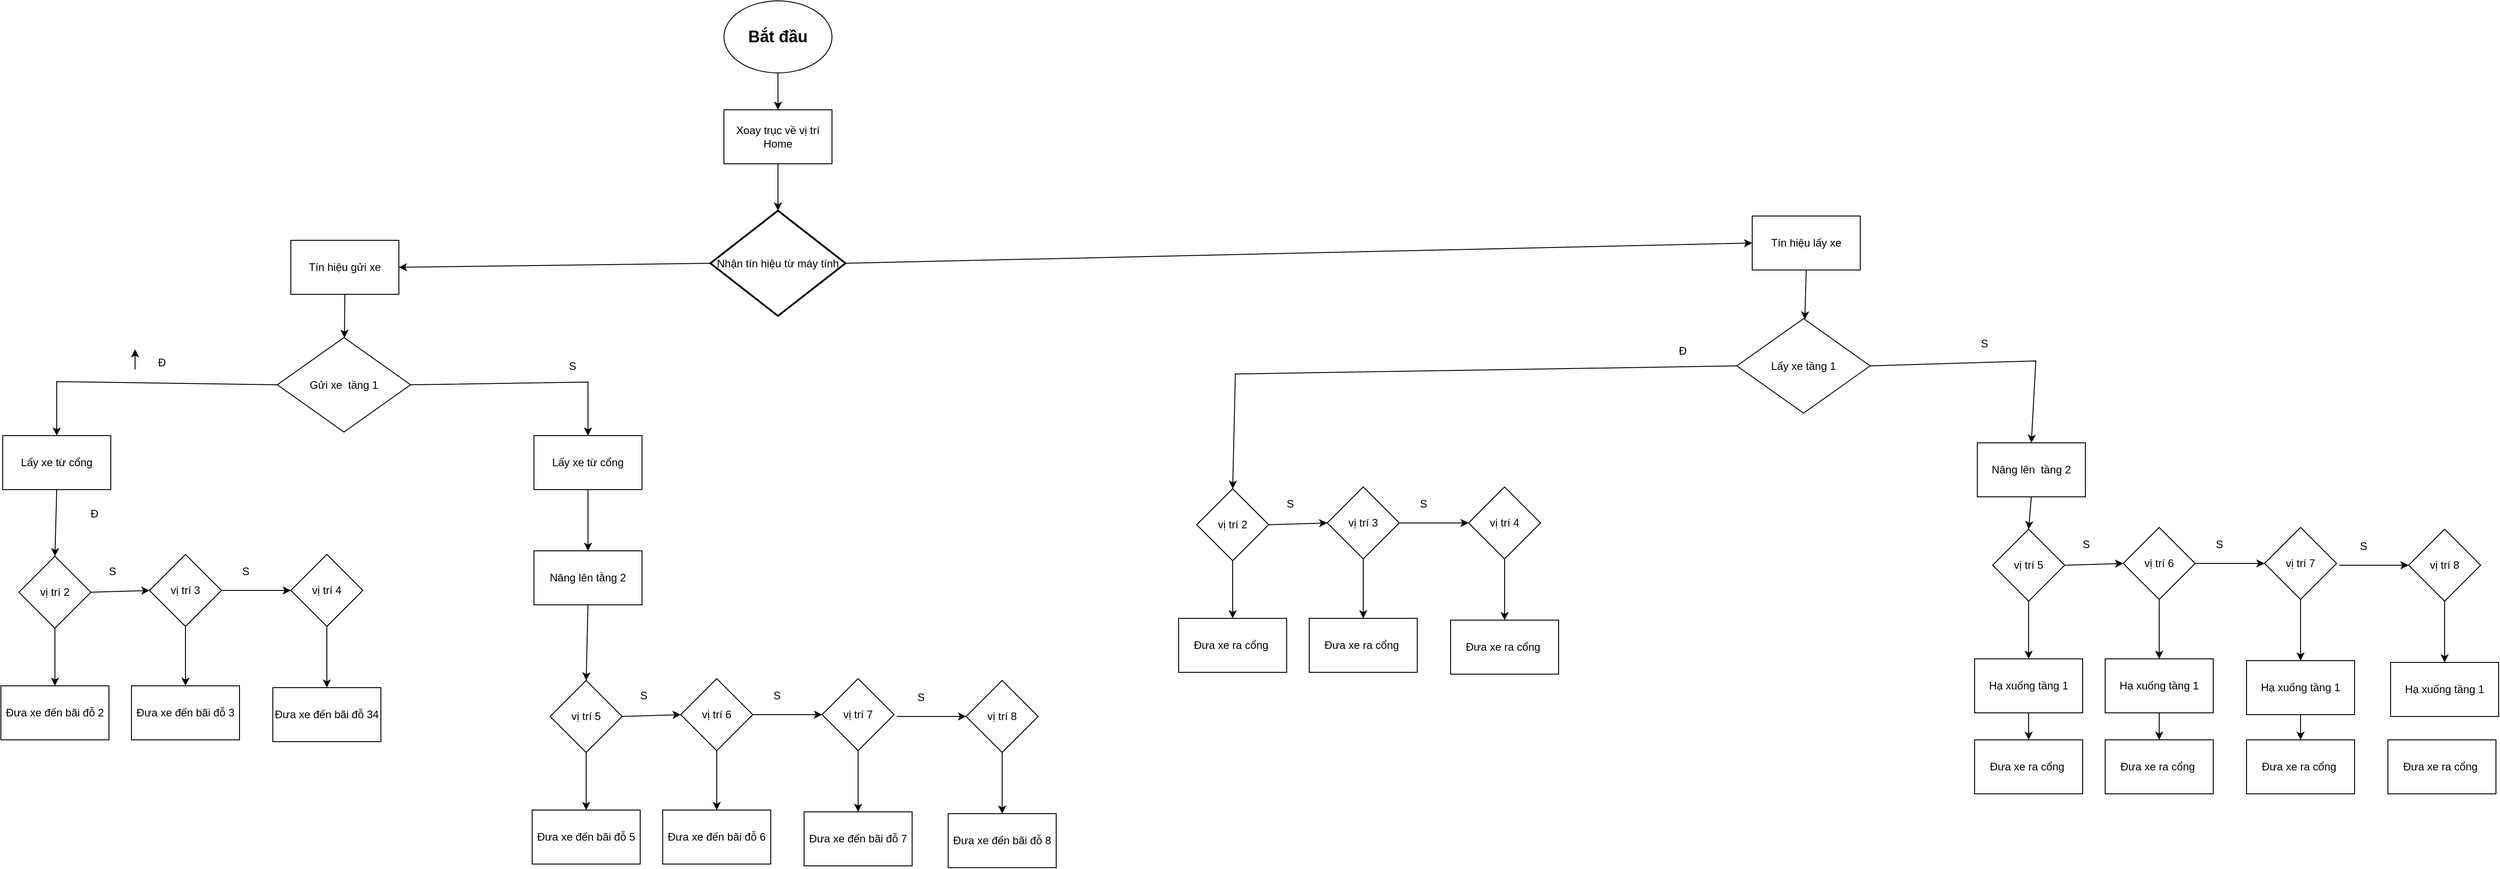
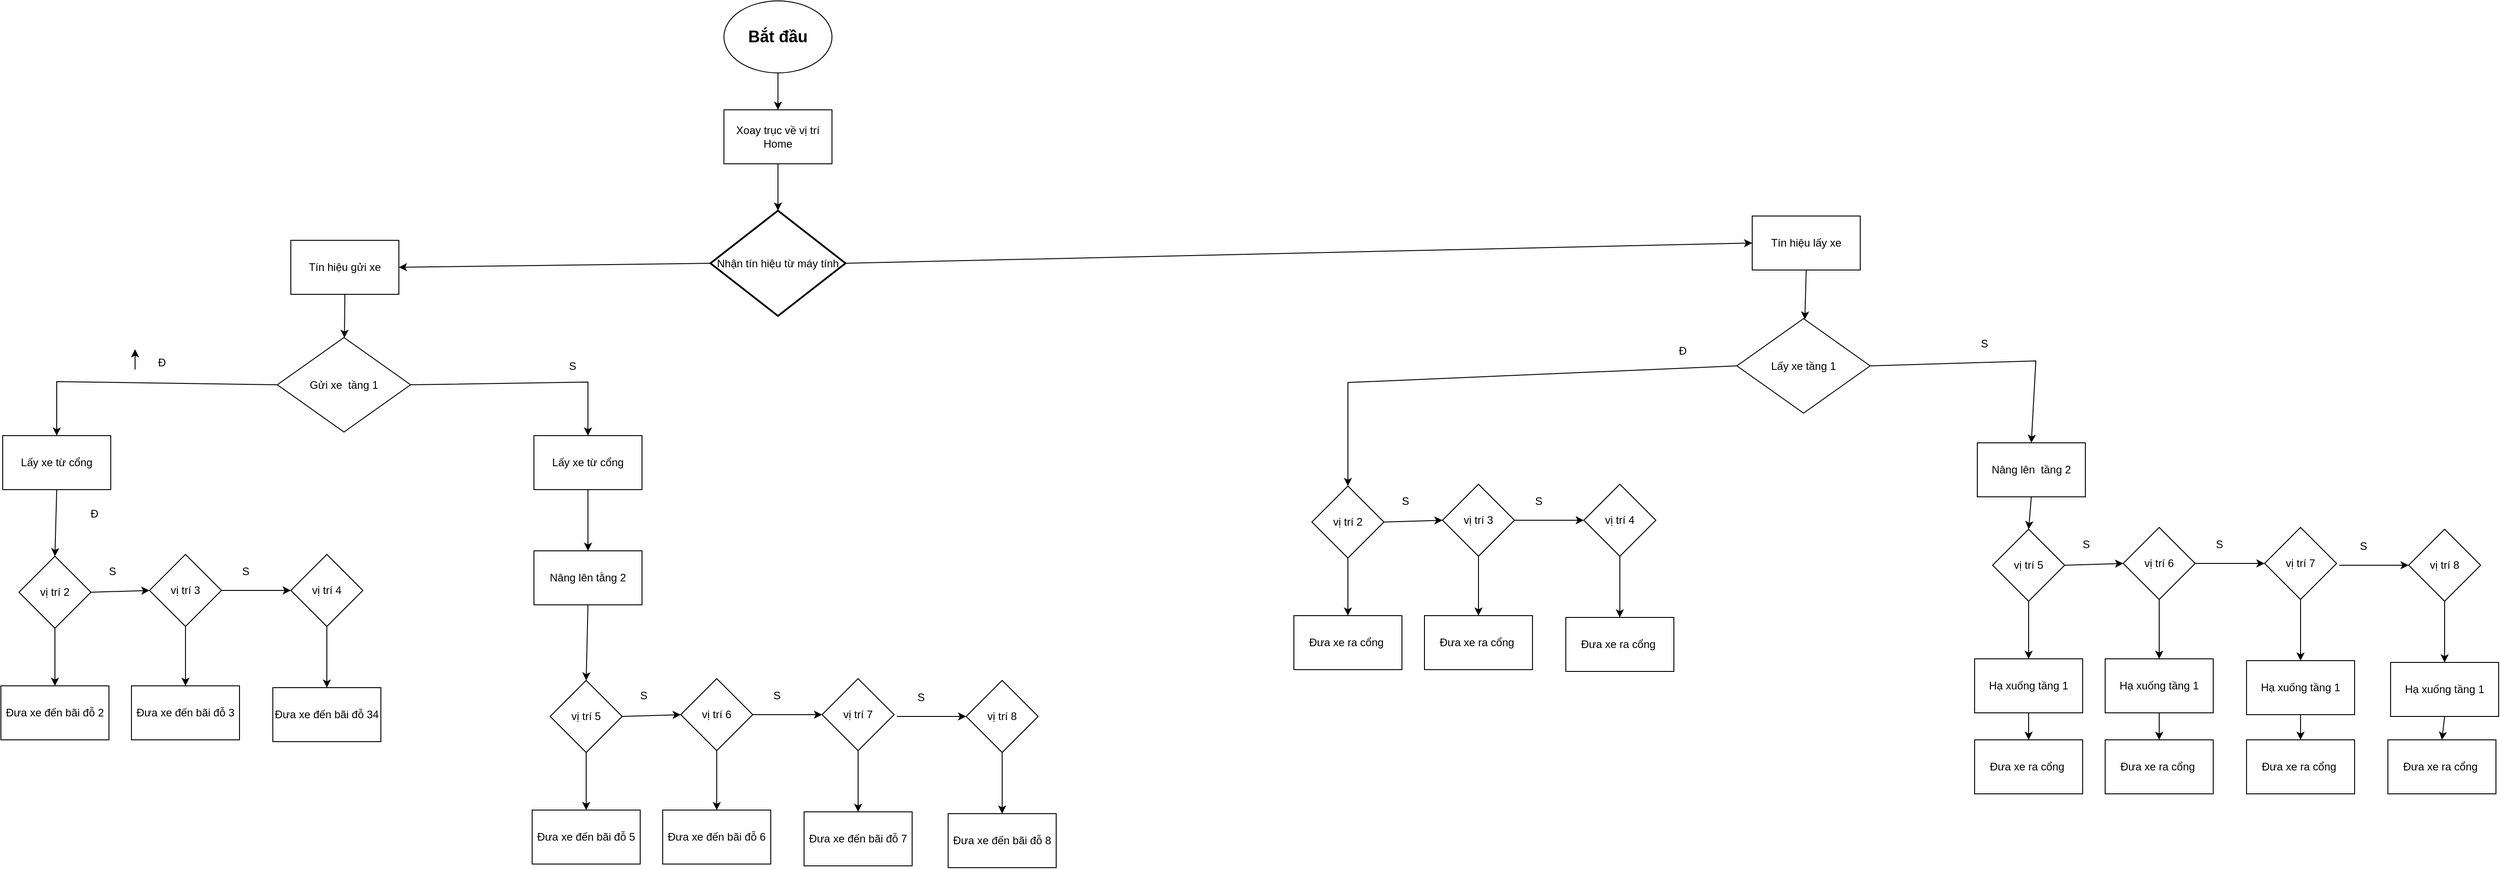
<mxfile host="app.diagrams.net">
  <diagram name="Page-1" id="GJrhtHB-xQ475z6E992f">
-     <mxGraphModel dx="2271" dy="4553" grid="0" gridSize="10" guides="1" tooltips="1" connect="1" arrows="0" fold="1" page="1" pageScale="1" pageWidth="4681" pageHeight="3300" math="0" shadow="0">
+     <mxGraphModel dx="2555" dy="4710" grid="0" gridSize="10" guides="1" tooltips="1" connect="1" arrows="0" fold="1" page="1" pageScale="1" pageWidth="4681" pageHeight="3300" math="0" shadow="0">
      <root>
        <mxCell id="0" />
        <mxCell id="1" parent="0" />
        <mxCell id="gv57a_h_J0GcEr8g6lP8-1" parent="1" style="ellipse;whiteSpace=wrap;html=1;" value="&lt;b&gt;&lt;font style=&quot;font-size: 18px;&quot;&gt;Bắt đầu&lt;/font&gt;&lt;/b&gt;" vertex="1">
          <mxGeometry height="80" width="120" x="1292" y="-2869" as="geometry" />
        </mxCell>
        <mxCell id="gv57a_h_J0GcEr8g6lP8-4" parent="1" style="rounded=0;whiteSpace=wrap;html=1;" value="Xoay trục về vị trí Home" vertex="1">
          <mxGeometry height="60" width="120" x="1292" y="-2748" as="geometry" />
        </mxCell>
        <mxCell id="gv57a_h_J0GcEr8g6lP8-5" edge="1" parent="1" source="gv57a_h_J0GcEr8g6lP8-1" style="endArrow=classic;html=1;rounded=0;exitX=0.5;exitY=1;exitDx=0;exitDy=0;entryX=0.5;entryY=0;entryDx=0;entryDy=0;" target="gv57a_h_J0GcEr8g6lP8-4" value="">
          <mxGeometry height="50" relative="1" width="50" as="geometry">
            <mxPoint x="1364" y="-2559" as="sourcePoint" />
            <mxPoint x="1414" y="-2609" as="targetPoint" />
          </mxGeometry>
        </mxCell>
        <mxCell id="gv57a_h_J0GcEr8g6lP8-7" edge="1" parent="1" source="gv57a_h_J0GcEr8g6lP8-4" style="endArrow=classic;html=1;rounded=0;exitX=0.5;exitY=1;exitDx=0;exitDy=0;entryX=0.5;entryY=0;entryDx=0;entryDy=0;entryPerimeter=0;" target="gv57a_h_J0GcEr8g6lP8-8" value="">
          <mxGeometry height="50" relative="1" width="50" as="geometry">
            <mxPoint x="1364" y="-2559" as="sourcePoint" />
            <mxPoint x="1352" y="-2634" as="targetPoint" />
          </mxGeometry>
        </mxCell>
        <mxCell id="gv57a_h_J0GcEr8g6lP8-8" parent="1" style="strokeWidth=2;html=1;shape=mxgraph.flowchart.decision;whiteSpace=wrap;" value="Nhận tín hiệu từ máy tính" vertex="1">
          <mxGeometry height="117" width="150" x="1277" y="-2636" as="geometry" />
        </mxCell>
        <mxCell id="gv57a_h_J0GcEr8g6lP8-9" parent="1" style="rounded=0;whiteSpace=wrap;html=1;" value="Tín hiệu lấy xe" vertex="1">
          <mxGeometry height="60" width="120" x="2434" y="-2630" as="geometry" />
        </mxCell>
        <mxCell id="gv57a_h_J0GcEr8g6lP8-10" parent="1" style="rounded=0;whiteSpace=wrap;html=1;" value="Tín hiệu gửi xe" vertex="1">
          <mxGeometry height="60" width="120" x="811" y="-2603" as="geometry" />
        </mxCell>
        <mxCell id="gv57a_h_J0GcEr8g6lP8-11" edge="1" parent="1" source="gv57a_h_J0GcEr8g6lP8-8" style="endArrow=classic;html=1;rounded=0;exitX=1;exitY=0.5;exitDx=0;exitDy=0;exitPerimeter=0;entryX=0;entryY=0.5;entryDx=0;entryDy=0;" target="gv57a_h_J0GcEr8g6lP8-9" value="">
          <mxGeometry height="50" relative="1" width="50" as="geometry">
            <mxPoint x="1811" y="-2581" as="sourcePoint" />
            <mxPoint x="1820" y="-2612.5" as="targetPoint" />
          </mxGeometry>
        </mxCell>
        <mxCell id="gv57a_h_J0GcEr8g6lP8-12" edge="1" parent="1" source="gv57a_h_J0GcEr8g6lP8-8" style="endArrow=classic;html=1;rounded=0;entryX=1;entryY=0.5;entryDx=0;entryDy=0;exitX=0;exitY=0.5;exitDx=0;exitDy=0;exitPerimeter=0;" target="gv57a_h_J0GcEr8g6lP8-10" value="">
          <mxGeometry height="50" relative="1" width="50" as="geometry">
            <mxPoint x="1158" y="-2571.5" as="sourcePoint" />
            <mxPoint x="1319" y="-2603.5" as="targetPoint" />
          </mxGeometry>
        </mxCell>
        <mxCell id="gv57a_h_J0GcEr8g6lP8-13" parent="1" style="rhombus;whiteSpace=wrap;html=1;" value="Gửi xe&amp;nbsp; tầng 1" vertex="1">
          <mxGeometry height="105" width="148" x="796" y="-2495" as="geometry" />
        </mxCell>
        <mxCell id="gv57a_h_J0GcEr8g6lP8-14" edge="1" parent="1" source="gv57a_h_J0GcEr8g6lP8-10" style="endArrow=classic;html=1;rounded=0;exitX=0.5;exitY=1;exitDx=0;exitDy=0;" target="gv57a_h_J0GcEr8g6lP8-13" value="">
          <mxGeometry height="50" relative="1" width="50" as="geometry">
            <mxPoint x="1302" y="-2453.5" as="sourcePoint" />
            <mxPoint x="1352" y="-2503.5" as="targetPoint" />
          </mxGeometry>
        </mxCell>
        <mxCell id="gv57a_h_J0GcEr8g6lP8-15" parent="1" style="rounded=0;whiteSpace=wrap;html=1;" value="Lấy xe từ cổng" vertex="1">
          <mxGeometry height="60" width="120" x="491" y="-2386" as="geometry" />
        </mxCell>
        <mxCell id="gv57a_h_J0GcEr8g6lP8-16" parent="1" style="rounded=0;whiteSpace=wrap;html=1;" value="Lấy xe từ cổng" vertex="1">
          <mxGeometry height="60" width="120" x="1081" y="-2386" as="geometry" />
        </mxCell>
        <mxCell id="gv57a_h_J0GcEr8g6lP8-17" edge="1" parent="1" source="gv57a_h_J0GcEr8g6lP8-13" style="endArrow=classic;html=1;rounded=0;exitX=1;exitY=0.5;exitDx=0;exitDy=0;entryX=0.5;entryY=0;entryDx=0;entryDy=0;" target="gv57a_h_J0GcEr8g6lP8-16" value="">
          <mxGeometry height="50" relative="1" width="50" as="geometry">
            <Array as="points">
              <mxPoint x="1141" y="-2445.5" />
            </Array>
            <mxPoint x="1269" y="-2453.5" as="sourcePoint" />
            <mxPoint x="1319" y="-2503.5" as="targetPoint" />
          </mxGeometry>
        </mxCell>
        <mxCell id="gv57a_h_J0GcEr8g6lP8-18" edge="1" parent="1" source="gv57a_h_J0GcEr8g6lP8-13" style="endArrow=classic;html=1;rounded=0;exitX=0;exitY=0.5;exitDx=0;exitDy=0;entryX=0.5;entryY=0;entryDx=0;entryDy=0;" target="gv57a_h_J0GcEr8g6lP8-15" value="">
          <mxGeometry height="50" relative="1" width="50" as="geometry">
            <Array as="points">
              <mxPoint x="551" y="-2446" />
            </Array>
            <mxPoint x="1386" y="-2459" as="sourcePoint" />
            <mxPoint x="1436" y="-2509" as="targetPoint" />
          </mxGeometry>
        </mxCell>
        <mxCell id="gv57a_h_J0GcEr8g6lP8-19" parent="1" style="rhombus;whiteSpace=wrap;html=1;" value="Lấy xe tầng 1" vertex="1">
          <mxGeometry height="105" width="148" x="2417" y="-2516" as="geometry" />
        </mxCell>
        <mxCell id="gv57a_h_J0GcEr8g6lP8-22" edge="1" parent="1" source="gv57a_h_J0GcEr8g6lP8-19" style="endArrow=classic;html=1;rounded=0;exitX=1;exitY=0.5;exitDx=0;exitDy=0;entryX=0.5;entryY=0;entryDx=0;entryDy=0;" target="Hq5QgyVw3-6yqGqQHbII-15" value="">
          <mxGeometry height="50" relative="1" width="50" as="geometry">
            <Array as="points">
              <mxPoint x="2749" y="-2469" />
            </Array>
            <mxPoint x="3198" y="-2478.5" as="sourcePoint" />
            <mxPoint x="2727.0000000000005" y="-2378.5" as="targetPoint" />
          </mxGeometry>
        </mxCell>
        <mxCell id="gv57a_h_J0GcEr8g6lP8-23" edge="1" parent="1" source="gv57a_h_J0GcEr8g6lP8-19" style="endArrow=classic;html=1;rounded=0;exitX=0;exitY=0.5;exitDx=0;exitDy=0;entryX=0.5;entryY=0;entryDx=0;entryDy=0;" target="Hq5QgyVw3-6yqGqQHbII-1" value="">
          <mxGeometry height="50" relative="1" width="50" as="geometry">
            <Array as="points">
-               <mxPoint x="1860" y="-2454.5" />
+               <mxPoint x="1985" y="-2445" />
            </Array>
            <mxPoint x="2222" y="-2462.5" as="sourcePoint" />
            <mxPoint x="1860" y="-2363.5" as="targetPoint" />
          </mxGeometry>
        </mxCell>
        <mxCell id="gv57a_h_J0GcEr8g6lP8-24" edge="1" parent="1" source="gv57a_h_J0GcEr8g6lP8-9" style="endArrow=classic;html=1;rounded=0;exitX=0.5;exitY=1;exitDx=0;exitDy=0;" target="gv57a_h_J0GcEr8g6lP8-19" value="">
          <mxGeometry height="50" relative="1" width="50" as="geometry">
            <mxPoint x="1770" y="-2383.5" as="sourcePoint" />
            <mxPoint x="1820" y="-2433.5" as="targetPoint" />
          </mxGeometry>
        </mxCell>
        <mxCell id="gv57a_h_J0GcEr8g6lP8-25" parent="1" style="text;html=1;whiteSpace=wrap;strokeColor=none;fillColor=none;align=center;verticalAlign=middle;rounded=0;" value="Đ" vertex="1">
          <mxGeometry height="30" width="60" x="638" y="-2482" as="geometry" />
        </mxCell>
        <mxCell id="gv57a_h_J0GcEr8g6lP8-26" parent="1" style="text;html=1;whiteSpace=wrap;strokeColor=none;fillColor=none;align=center;verticalAlign=middle;rounded=0;" value="S" vertex="1">
          <mxGeometry height="30" width="60" x="1094" y="-2478.5" as="geometry" />
        </mxCell>
        <mxCell id="gv57a_h_J0GcEr8g6lP8-28" parent="1" style="text;html=1;whiteSpace=wrap;strokeColor=none;fillColor=none;align=center;verticalAlign=middle;rounded=0;" value="Đ" vertex="1">
          <mxGeometry height="30" width="60" x="2327" y="-2495" as="geometry" />
        </mxCell>
        <mxCell id="gv57a_h_J0GcEr8g6lP8-30" parent="1" style="text;html=1;whiteSpace=wrap;strokeColor=none;fillColor=none;align=center;verticalAlign=middle;rounded=0;" value="S" vertex="1">
          <mxGeometry height="30" width="60" x="2662" y="-2503" as="geometry" />
        </mxCell>
        <mxCell id="gv57a_h_J0GcEr8g6lP8-31" parent="1" style="rhombus;whiteSpace=wrap;html=1;" value="vị trí 2" vertex="1">
          <mxGeometry height="80" width="80" x="509" y="-2252" as="geometry" />
        </mxCell>
        <mxCell id="gv57a_h_J0GcEr8g6lP8-32" parent="1" style="rhombus;whiteSpace=wrap;html=1;" value="vị trí 3" vertex="1">
          <mxGeometry height="80" width="80" x="654" y="-2254" as="geometry" />
        </mxCell>
        <mxCell id="gv57a_h_J0GcEr8g6lP8-33" parent="1" style="rhombus;whiteSpace=wrap;html=1;" value="vị trí 4" vertex="1">
          <mxGeometry height="80" width="80" x="811" y="-2254" as="geometry" />
        </mxCell>
        <mxCell id="gv57a_h_J0GcEr8g6lP8-37" edge="1" parent="1" source="gv57a_h_J0GcEr8g6lP8-31" style="endArrow=classic;html=1;rounded=0;exitX=1;exitY=0.5;exitDx=0;exitDy=0;entryX=0;entryY=0.5;entryDx=0;entryDy=0;" target="gv57a_h_J0GcEr8g6lP8-32" value="">
          <mxGeometry height="50" relative="1" width="50" as="geometry">
            <mxPoint x="1128" y="-2278" as="sourcePoint" />
            <mxPoint x="1178" y="-2328" as="targetPoint" />
          </mxGeometry>
        </mxCell>
        <mxCell id="gv57a_h_J0GcEr8g6lP8-38" edge="1" parent="1" source="gv57a_h_J0GcEr8g6lP8-15" style="endArrow=classic;html=1;rounded=0;exitX=0.5;exitY=1;exitDx=0;exitDy=0;entryX=0.5;entryY=0;entryDx=0;entryDy=0;" target="gv57a_h_J0GcEr8g6lP8-31" value="">
          <mxGeometry height="50" relative="1" width="50" as="geometry">
            <mxPoint x="1121" y="-2266" as="sourcePoint" />
            <mxPoint x="1171" y="-2316" as="targetPoint" />
          </mxGeometry>
        </mxCell>
        <mxCell id="gv57a_h_J0GcEr8g6lP8-39" edge="1" parent="1" source="gv57a_h_J0GcEr8g6lP8-32" style="endArrow=classic;html=1;rounded=0;exitX=1;exitY=0.5;exitDx=0;exitDy=0;entryX=0;entryY=0.5;entryDx=0;entryDy=0;" target="gv57a_h_J0GcEr8g6lP8-33" value="">
          <mxGeometry height="50" relative="1" width="50" as="geometry">
            <mxPoint x="1121" y="-2266" as="sourcePoint" />
            <mxPoint x="1171" y="-2316" as="targetPoint" />
          </mxGeometry>
        </mxCell>
        <mxCell id="qodCVxMkwnfkt2WPn_CC-1" parent="1" style="text;html=1;whiteSpace=wrap;strokeColor=none;fillColor=none;align=center;verticalAlign=middle;rounded=0;" value="Đ" vertex="1">
          <mxGeometry height="30" width="60" x="563" y="-2314" as="geometry" />
        </mxCell>
        <mxCell id="qodCVxMkwnfkt2WPn_CC-2" parent="1" style="text;html=1;whiteSpace=wrap;strokeColor=none;fillColor=none;align=center;verticalAlign=middle;rounded=0;" value="S" vertex="1">
          <mxGeometry height="30" width="60" x="583" y="-2250" as="geometry" />
        </mxCell>
        <mxCell id="qodCVxMkwnfkt2WPn_CC-3" parent="1" style="text;html=1;whiteSpace=wrap;strokeColor=none;fillColor=none;align=center;verticalAlign=middle;rounded=0;" value="S" vertex="1">
          <mxGeometry height="30" width="60" x="731" y="-2250" as="geometry" />
        </mxCell>
        <mxCell id="qodCVxMkwnfkt2WPn_CC-4" parent="1" style="rounded=0;whiteSpace=wrap;html=1;" value="Đưa xe đến bãi đỗ 2" vertex="1">
          <mxGeometry height="60" width="120" x="489" y="-2108" as="geometry" />
        </mxCell>
        <mxCell id="qodCVxMkwnfkt2WPn_CC-5" edge="1" parent="1" source="gv57a_h_J0GcEr8g6lP8-31" style="endArrow=classic;html=1;rounded=0;exitX=0.5;exitY=1;exitDx=0;exitDy=0;entryX=0.5;entryY=0;entryDx=0;entryDy=0;" target="qodCVxMkwnfkt2WPn_CC-4" value="">
          <mxGeometry height="50" relative="1" width="50" as="geometry">
            <mxPoint x="1106" y="-2136" as="sourcePoint" />
            <mxPoint x="1156" y="-2186" as="targetPoint" />
          </mxGeometry>
        </mxCell>
        <mxCell id="qodCVxMkwnfkt2WPn_CC-6" parent="1" style="rounded=0;whiteSpace=wrap;html=1;" value="Đưa xe đến bãi đỗ 3" vertex="1">
          <mxGeometry height="60" width="120" x="634" y="-2108" as="geometry" />
        </mxCell>
        <mxCell id="qodCVxMkwnfkt2WPn_CC-7" parent="1" style="rounded=0;whiteSpace=wrap;html=1;" value="Đưa xe đến bãi đỗ 34" vertex="1">
          <mxGeometry height="60" width="120" x="791" y="-2106" as="geometry" />
        </mxCell>
        <mxCell id="qodCVxMkwnfkt2WPn_CC-8" edge="1" parent="1" source="gv57a_h_J0GcEr8g6lP8-32" style="endArrow=classic;html=1;rounded=0;exitX=0.5;exitY=1;exitDx=0;exitDy=0;entryX=0.5;entryY=0;entryDx=0;entryDy=0;" target="qodCVxMkwnfkt2WPn_CC-6" value="">
          <mxGeometry height="50" relative="1" width="50" as="geometry">
            <mxPoint x="1106" y="-2136" as="sourcePoint" />
            <mxPoint x="1156" y="-2186" as="targetPoint" />
          </mxGeometry>
        </mxCell>
        <mxCell id="qodCVxMkwnfkt2WPn_CC-9" edge="1" parent="1" source="gv57a_h_J0GcEr8g6lP8-33" style="endArrow=classic;html=1;rounded=0;exitX=0.5;exitY=1;exitDx=0;exitDy=0;entryX=0.5;entryY=0;entryDx=0;entryDy=0;" target="qodCVxMkwnfkt2WPn_CC-7" value="">
          <mxGeometry height="50" relative="1" width="50" as="geometry">
            <mxPoint x="1106" y="-2136" as="sourcePoint" />
            <mxPoint x="1156" y="-2186" as="targetPoint" />
          </mxGeometry>
        </mxCell>
        <mxCell id="qodCVxMkwnfkt2WPn_CC-10" edge="1" parent="1" source="gv57a_h_J0GcEr8g6lP8-25" style="edgeStyle=orthogonalEdgeStyle;rounded=0;orthogonalLoop=1;jettySize=auto;html=1;exitX=0;exitY=0.75;exitDx=0;exitDy=0;entryX=0;entryY=0;entryDx=0;entryDy=0;" target="gv57a_h_J0GcEr8g6lP8-25">
          <mxGeometry relative="1" as="geometry" />
        </mxCell>
        <mxCell id="qodCVxMkwnfkt2WPn_CC-11" parent="1" style="rounded=0;whiteSpace=wrap;html=1;" value="Nâng lên tằng 2" vertex="1">
          <mxGeometry height="60" width="120" x="1081" y="-2258" as="geometry" />
        </mxCell>
        <mxCell id="qodCVxMkwnfkt2WPn_CC-12" parent="1" style="rhombus;whiteSpace=wrap;html=1;" value="vị trí 5" vertex="1">
          <mxGeometry height="80" width="80" x="1099" y="-2114" as="geometry" />
        </mxCell>
        <mxCell id="qodCVxMkwnfkt2WPn_CC-13" parent="1" style="rhombus;whiteSpace=wrap;html=1;" value="vị trí 6" vertex="1">
          <mxGeometry height="80" width="80" x="1244" y="-2116" as="geometry" />
        </mxCell>
        <mxCell id="qodCVxMkwnfkt2WPn_CC-14" parent="1" style="rhombus;whiteSpace=wrap;html=1;" value="vị trí 7" vertex="1">
          <mxGeometry height="80" width="80" x="1401" y="-2116" as="geometry" />
        </mxCell>
        <mxCell id="qodCVxMkwnfkt2WPn_CC-15" edge="1" parent="1" source="qodCVxMkwnfkt2WPn_CC-12" style="endArrow=classic;html=1;rounded=0;exitX=1;exitY=0.5;exitDx=0;exitDy=0;entryX=0;entryY=0.5;entryDx=0;entryDy=0;" target="qodCVxMkwnfkt2WPn_CC-13" value="">
          <mxGeometry height="50" relative="1" width="50" as="geometry">
            <mxPoint x="1718" y="-2140" as="sourcePoint" />
            <mxPoint x="1768" y="-2190" as="targetPoint" />
          </mxGeometry>
        </mxCell>
        <mxCell id="qodCVxMkwnfkt2WPn_CC-16" edge="1" parent="1" source="qodCVxMkwnfkt2WPn_CC-13" style="endArrow=classic;html=1;rounded=0;exitX=1;exitY=0.5;exitDx=0;exitDy=0;entryX=0;entryY=0.5;entryDx=0;entryDy=0;" target="qodCVxMkwnfkt2WPn_CC-14" value="">
          <mxGeometry height="50" relative="1" width="50" as="geometry">
            <mxPoint x="1711" y="-2128" as="sourcePoint" />
            <mxPoint x="1761" y="-2178" as="targetPoint" />
          </mxGeometry>
        </mxCell>
        <mxCell id="qodCVxMkwnfkt2WPn_CC-17" parent="1" style="text;html=1;whiteSpace=wrap;strokeColor=none;fillColor=none;align=center;verticalAlign=middle;rounded=0;" value="S" vertex="1">
          <mxGeometry height="30" width="60" x="1173" y="-2112" as="geometry" />
        </mxCell>
        <mxCell id="qodCVxMkwnfkt2WPn_CC-18" parent="1" style="text;html=1;whiteSpace=wrap;strokeColor=none;fillColor=none;align=center;verticalAlign=middle;rounded=0;" value="S" vertex="1">
          <mxGeometry height="30" width="60" x="1321" y="-2112" as="geometry" />
        </mxCell>
        <mxCell id="qodCVxMkwnfkt2WPn_CC-19" parent="1" style="rounded=0;whiteSpace=wrap;html=1;" value="Đưa xe đến bãi đỗ 5" vertex="1">
          <mxGeometry height="60" width="120" x="1079" y="-1970" as="geometry" />
        </mxCell>
        <mxCell id="qodCVxMkwnfkt2WPn_CC-20" edge="1" parent="1" source="qodCVxMkwnfkt2WPn_CC-12" style="endArrow=classic;html=1;rounded=0;exitX=0.5;exitY=1;exitDx=0;exitDy=0;entryX=0.5;entryY=0;entryDx=0;entryDy=0;" target="qodCVxMkwnfkt2WPn_CC-19" value="">
          <mxGeometry height="50" relative="1" width="50" as="geometry">
            <mxPoint x="1696" y="-1998" as="sourcePoint" />
            <mxPoint x="1746" y="-2048" as="targetPoint" />
          </mxGeometry>
        </mxCell>
        <mxCell id="qodCVxMkwnfkt2WPn_CC-21" parent="1" style="rounded=0;whiteSpace=wrap;html=1;" value="Đưa xe đến bãi đỗ 6" vertex="1">
          <mxGeometry height="60" width="120" x="1224" y="-1970" as="geometry" />
        </mxCell>
        <mxCell id="qodCVxMkwnfkt2WPn_CC-22" parent="1" style="rounded=0;whiteSpace=wrap;html=1;" value="Đưa xe đến bãi đỗ 7" vertex="1">
          <mxGeometry height="60" width="120" x="1381" y="-1968" as="geometry" />
        </mxCell>
        <mxCell id="qodCVxMkwnfkt2WPn_CC-23" edge="1" parent="1" source="qodCVxMkwnfkt2WPn_CC-13" style="endArrow=classic;html=1;rounded=0;exitX=0.5;exitY=1;exitDx=0;exitDy=0;entryX=0.5;entryY=0;entryDx=0;entryDy=0;" target="qodCVxMkwnfkt2WPn_CC-21" value="">
          <mxGeometry height="50" relative="1" width="50" as="geometry">
            <mxPoint x="1696" y="-1998" as="sourcePoint" />
            <mxPoint x="1746" y="-2048" as="targetPoint" />
          </mxGeometry>
        </mxCell>
        <mxCell id="qodCVxMkwnfkt2WPn_CC-24" edge="1" parent="1" source="qodCVxMkwnfkt2WPn_CC-14" style="endArrow=classic;html=1;rounded=0;exitX=0.5;exitY=1;exitDx=0;exitDy=0;entryX=0.5;entryY=0;entryDx=0;entryDy=0;" target="qodCVxMkwnfkt2WPn_CC-22" value="">
          <mxGeometry height="50" relative="1" width="50" as="geometry">
            <mxPoint x="1696" y="-1998" as="sourcePoint" />
            <mxPoint x="1746" y="-2048" as="targetPoint" />
          </mxGeometry>
        </mxCell>
        <mxCell id="qodCVxMkwnfkt2WPn_CC-25" parent="1" style="rhombus;whiteSpace=wrap;html=1;" value="vị trí 8" vertex="1">
          <mxGeometry height="80" width="80" x="1561" y="-2114" as="geometry" />
        </mxCell>
        <mxCell id="qodCVxMkwnfkt2WPn_CC-26" edge="1" parent="1" style="endArrow=classic;html=1;rounded=0;exitX=1;exitY=0.5;exitDx=0;exitDy=0;entryX=0;entryY=0.5;entryDx=0;entryDy=0;" target="qodCVxMkwnfkt2WPn_CC-25" value="">
          <mxGeometry height="50" relative="1" width="50" as="geometry">
            <mxPoint x="1484" y="-2074" as="sourcePoint" />
            <mxPoint x="1921" y="-2176" as="targetPoint" />
          </mxGeometry>
        </mxCell>
        <mxCell id="qodCVxMkwnfkt2WPn_CC-27" parent="1" style="text;html=1;whiteSpace=wrap;strokeColor=none;fillColor=none;align=center;verticalAlign=middle;rounded=0;" value="S" vertex="1">
          <mxGeometry height="30" width="60" x="1481" y="-2110" as="geometry" />
        </mxCell>
        <mxCell id="qodCVxMkwnfkt2WPn_CC-28" parent="1" style="rounded=0;whiteSpace=wrap;html=1;" value="Đưa xe đến bãi đỗ 8" vertex="1">
          <mxGeometry height="60" width="120" x="1541" y="-1966" as="geometry" />
        </mxCell>
        <mxCell id="qodCVxMkwnfkt2WPn_CC-29" edge="1" parent="1" source="qodCVxMkwnfkt2WPn_CC-25" style="endArrow=classic;html=1;rounded=0;exitX=0.5;exitY=1;exitDx=0;exitDy=0;entryX=0.5;entryY=0;entryDx=0;entryDy=0;" target="qodCVxMkwnfkt2WPn_CC-28" value="">
          <mxGeometry height="50" relative="1" width="50" as="geometry">
            <mxPoint x="1856" y="-1996" as="sourcePoint" />
            <mxPoint x="1906" y="-2046" as="targetPoint" />
          </mxGeometry>
        </mxCell>
        <mxCell id="qodCVxMkwnfkt2WPn_CC-30" edge="1" parent="1" source="gv57a_h_J0GcEr8g6lP8-16" style="endArrow=classic;html=1;rounded=0;exitX=0.5;exitY=1;exitDx=0;exitDy=0;entryX=0.5;entryY=0;entryDx=0;entryDy=0;" target="qodCVxMkwnfkt2WPn_CC-11" value="">
          <mxGeometry height="50" relative="1" width="50" as="geometry">
            <mxPoint x="1121" y="-2182" as="sourcePoint" />
            <mxPoint x="1171" y="-2232" as="targetPoint" />
          </mxGeometry>
        </mxCell>
        <mxCell id="qodCVxMkwnfkt2WPn_CC-31" edge="1" parent="1" source="qodCVxMkwnfkt2WPn_CC-11" style="endArrow=classic;html=1;rounded=0;exitX=0.5;exitY=1;exitDx=0;exitDy=0;entryX=0.5;entryY=0;entryDx=0;entryDy=0;" target="qodCVxMkwnfkt2WPn_CC-12" value="">
          <mxGeometry height="50" relative="1" width="50" as="geometry">
            <mxPoint x="1121" y="-2182" as="sourcePoint" />
            <mxPoint x="1171" y="-2232" as="targetPoint" />
          </mxGeometry>
        </mxCell>
        <mxCell id="Hq5QgyVw3-6yqGqQHbII-1" parent="1" style="rhombus;whiteSpace=wrap;html=1;" value="vị trí 2" vertex="1">
-           <mxGeometry height="80" width="80" x="1817" y="-2327" as="geometry" />
+           <mxGeometry height="80" width="80" x="1945" y="-2330" as="geometry" />
        </mxCell>
        <mxCell id="Hq5QgyVw3-6yqGqQHbII-2" parent="1" style="rhombus;whiteSpace=wrap;html=1;" value="vị trí 3" vertex="1">
-           <mxGeometry height="80" width="80" x="1962" y="-2329" as="geometry" />
+           <mxGeometry height="80" width="80" x="2090" y="-2332" as="geometry" />
        </mxCell>
        <mxCell id="Hq5QgyVw3-6yqGqQHbII-3" parent="1" style="rhombus;whiteSpace=wrap;html=1;" value="vị trí 4" vertex="1">
-           <mxGeometry height="80" width="80" x="2119" y="-2329" as="geometry" />
+           <mxGeometry height="80" width="80" x="2247" y="-2332" as="geometry" />
        </mxCell>
        <mxCell id="Hq5QgyVw3-6yqGqQHbII-4" edge="1" parent="1" source="Hq5QgyVw3-6yqGqQHbII-1" style="endArrow=classic;html=1;rounded=0;exitX=1;exitY=0.5;exitDx=0;exitDy=0;entryX=0;entryY=0.5;entryDx=0;entryDy=0;" target="Hq5QgyVw3-6yqGqQHbII-2" value="">
          <mxGeometry height="50" relative="1" width="50" as="geometry">
-             <mxPoint x="2436" y="-2353" as="sourcePoint" />
-             <mxPoint x="2486" y="-2403" as="targetPoint" />
+             <mxPoint x="2564" y="-2356" as="sourcePoint" />
+             <mxPoint x="2614" y="-2406" as="targetPoint" />
          </mxGeometry>
        </mxCell>
        <mxCell id="Hq5QgyVw3-6yqGqQHbII-5" edge="1" parent="1" source="Hq5QgyVw3-6yqGqQHbII-2" style="endArrow=classic;html=1;rounded=0;exitX=1;exitY=0.5;exitDx=0;exitDy=0;entryX=0;entryY=0.5;entryDx=0;entryDy=0;" target="Hq5QgyVw3-6yqGqQHbII-3" value="">
          <mxGeometry height="50" relative="1" width="50" as="geometry">
-             <mxPoint x="2429" y="-2341" as="sourcePoint" />
-             <mxPoint x="2479" y="-2391" as="targetPoint" />
+             <mxPoint x="2557" y="-2344" as="sourcePoint" />
+             <mxPoint x="2607" y="-2394" as="targetPoint" />
          </mxGeometry>
        </mxCell>
        <mxCell id="Hq5QgyVw3-6yqGqQHbII-6" parent="1" style="text;html=1;whiteSpace=wrap;strokeColor=none;fillColor=none;align=center;verticalAlign=middle;rounded=0;" value="S" vertex="1">
-           <mxGeometry height="30" width="60" x="1891" y="-2325" as="geometry" />
+           <mxGeometry height="30" width="60" x="2019" y="-2328" as="geometry" />
        </mxCell>
        <mxCell id="Hq5QgyVw3-6yqGqQHbII-7" parent="1" style="text;html=1;whiteSpace=wrap;strokeColor=none;fillColor=none;align=center;verticalAlign=middle;rounded=0;" value="S" vertex="1">
-           <mxGeometry height="30" width="60" x="2039" y="-2325" as="geometry" />
+           <mxGeometry height="30" width="60" x="2167" y="-2328" as="geometry" />
        </mxCell>
        <mxCell id="Hq5QgyVw3-6yqGqQHbII-8" parent="1" style="rounded=0;whiteSpace=wrap;html=1;" value="Đưa xe ra cổng&amp;nbsp;" vertex="1">
-           <mxGeometry height="60" width="120" x="1797" y="-2183" as="geometry" />
+           <mxGeometry height="60" width="120" x="1925" y="-2186" as="geometry" />
        </mxCell>
        <mxCell id="Hq5QgyVw3-6yqGqQHbII-9" edge="1" parent="1" source="Hq5QgyVw3-6yqGqQHbII-1" style="endArrow=classic;html=1;rounded=0;exitX=0.5;exitY=1;exitDx=0;exitDy=0;entryX=0.5;entryY=0;entryDx=0;entryDy=0;" target="Hq5QgyVw3-6yqGqQHbII-8" value="">
          <mxGeometry height="50" relative="1" width="50" as="geometry">
-             <mxPoint x="2414" y="-2211" as="sourcePoint" />
-             <mxPoint x="2464" y="-2261" as="targetPoint" />
+             <mxPoint x="2542" y="-2214" as="sourcePoint" />
+             <mxPoint x="2592" y="-2264" as="targetPoint" />
          </mxGeometry>
        </mxCell>
        <mxCell id="Hq5QgyVw3-6yqGqQHbII-10" parent="1" style="rounded=0;whiteSpace=wrap;html=1;" value="Đưa xe ra cổng&amp;nbsp;" vertex="1">
-           <mxGeometry height="60" width="120" x="1942" y="-2183" as="geometry" />
+           <mxGeometry height="60" width="120" x="2070" y="-2186" as="geometry" />
        </mxCell>
        <mxCell id="Hq5QgyVw3-6yqGqQHbII-11" parent="1" style="rounded=0;whiteSpace=wrap;html=1;" value="Đưa xe ra cổng&amp;nbsp;" vertex="1">
-           <mxGeometry height="60" width="120" x="2099" y="-2181" as="geometry" />
+           <mxGeometry height="60" width="120" x="2227" y="-2184" as="geometry" />
        </mxCell>
        <mxCell id="Hq5QgyVw3-6yqGqQHbII-12" edge="1" parent="1" source="Hq5QgyVw3-6yqGqQHbII-2" style="endArrow=classic;html=1;rounded=0;exitX=0.5;exitY=1;exitDx=0;exitDy=0;entryX=0.5;entryY=0;entryDx=0;entryDy=0;" target="Hq5QgyVw3-6yqGqQHbII-10" value="">
          <mxGeometry height="50" relative="1" width="50" as="geometry">
-             <mxPoint x="2414" y="-2211" as="sourcePoint" />
-             <mxPoint x="2464" y="-2261" as="targetPoint" />
+             <mxPoint x="2542" y="-2214" as="sourcePoint" />
+             <mxPoint x="2592" y="-2264" as="targetPoint" />
          </mxGeometry>
        </mxCell>
        <mxCell id="Hq5QgyVw3-6yqGqQHbII-13" edge="1" parent="1" source="Hq5QgyVw3-6yqGqQHbII-3" style="endArrow=classic;html=1;rounded=0;exitX=0.5;exitY=1;exitDx=0;exitDy=0;entryX=0.5;entryY=0;entryDx=0;entryDy=0;" target="Hq5QgyVw3-6yqGqQHbII-11" value="">
          <mxGeometry height="50" relative="1" width="50" as="geometry">
-             <mxPoint x="2414" y="-2211" as="sourcePoint" />
-             <mxPoint x="2464" y="-2261" as="targetPoint" />
+             <mxPoint x="2542" y="-2214" as="sourcePoint" />
+             <mxPoint x="2592" y="-2264" as="targetPoint" />
          </mxGeometry>
        </mxCell>
        <mxCell id="Hq5QgyVw3-6yqGqQHbII-15" parent="1" style="rounded=0;whiteSpace=wrap;html=1;" value="Nâng lên&amp;nbsp; tầng 2" vertex="1">
          <mxGeometry height="60" width="120" x="2684" y="-2378" as="geometry" />
        </mxCell>
        <mxCell id="Hq5QgyVw3-6yqGqQHbII-16" parent="1" style="rhombus;whiteSpace=wrap;html=1;" value="vị trí 5" vertex="1">
          <mxGeometry height="80" width="80" x="2701" y="-2282" as="geometry" />
        </mxCell>
        <mxCell id="Hq5QgyVw3-6yqGqQHbII-17" parent="1" style="rhombus;whiteSpace=wrap;html=1;" value="vị trí 6" vertex="1">
          <mxGeometry height="80" width="80" x="2846" y="-2284" as="geometry" />
        </mxCell>
        <mxCell id="Hq5QgyVw3-6yqGqQHbII-18" parent="1" style="rhombus;whiteSpace=wrap;html=1;" value="vị trí 7" vertex="1">
          <mxGeometry height="80" width="80" x="3003" y="-2284" as="geometry" />
        </mxCell>
        <mxCell id="Hq5QgyVw3-6yqGqQHbII-19" edge="1" parent="1" source="Hq5QgyVw3-6yqGqQHbII-16" style="endArrow=classic;html=1;rounded=0;exitX=1;exitY=0.5;exitDx=0;exitDy=0;entryX=0;entryY=0.5;entryDx=0;entryDy=0;" target="Hq5QgyVw3-6yqGqQHbII-17" value="">
          <mxGeometry height="50" relative="1" width="50" as="geometry">
            <mxPoint x="3320" y="-2308" as="sourcePoint" />
            <mxPoint x="3370" y="-2358" as="targetPoint" />
          </mxGeometry>
        </mxCell>
        <mxCell id="Hq5QgyVw3-6yqGqQHbII-20" edge="1" parent="1" source="Hq5QgyVw3-6yqGqQHbII-17" style="endArrow=classic;html=1;rounded=0;exitX=1;exitY=0.5;exitDx=0;exitDy=0;entryX=0;entryY=0.5;entryDx=0;entryDy=0;" target="Hq5QgyVw3-6yqGqQHbII-18" value="">
          <mxGeometry height="50" relative="1" width="50" as="geometry">
            <mxPoint x="3313" y="-2296" as="sourcePoint" />
            <mxPoint x="3363" y="-2346" as="targetPoint" />
          </mxGeometry>
        </mxCell>
        <mxCell id="Hq5QgyVw3-6yqGqQHbII-21" parent="1" style="text;html=1;whiteSpace=wrap;strokeColor=none;fillColor=none;align=center;verticalAlign=middle;rounded=0;" value="S" vertex="1">
          <mxGeometry height="30" width="60" x="2775" y="-2280" as="geometry" />
        </mxCell>
        <mxCell id="Hq5QgyVw3-6yqGqQHbII-22" parent="1" style="text;html=1;whiteSpace=wrap;strokeColor=none;fillColor=none;align=center;verticalAlign=middle;rounded=0;" value="S" vertex="1">
          <mxGeometry height="30" width="60" x="2923" y="-2280" as="geometry" />
        </mxCell>
        <mxCell id="Hq5QgyVw3-6yqGqQHbII-23" parent="1" style="rounded=0;whiteSpace=wrap;html=1;" value="Hạ xuống tầng 1" vertex="1">
          <mxGeometry height="60" width="120" x="2681" y="-2138" as="geometry" />
        </mxCell>
        <mxCell id="Hq5QgyVw3-6yqGqQHbII-24" edge="1" parent="1" source="Hq5QgyVw3-6yqGqQHbII-16" style="endArrow=classic;html=1;rounded=0;exitX=0.5;exitY=1;exitDx=0;exitDy=0;entryX=0.5;entryY=0;entryDx=0;entryDy=0;" target="Hq5QgyVw3-6yqGqQHbII-23" value="">
          <mxGeometry height="50" relative="1" width="50" as="geometry">
            <mxPoint x="3298" y="-2166" as="sourcePoint" />
            <mxPoint x="3348" y="-2216" as="targetPoint" />
          </mxGeometry>
        </mxCell>
        <mxCell id="Hq5QgyVw3-6yqGqQHbII-25" parent="1" style="rounded=0;whiteSpace=wrap;html=1;" value="Hạ xuống tầng 1" vertex="1">
          <mxGeometry height="60" width="120" x="2826" y="-2138" as="geometry" />
        </mxCell>
        <mxCell id="Hq5QgyVw3-6yqGqQHbII-26" parent="1" style="rounded=0;whiteSpace=wrap;html=1;" value="Hạ xuống tầng 1" vertex="1">
          <mxGeometry height="60" width="120" x="2983" y="-2136" as="geometry" />
        </mxCell>
        <mxCell id="Hq5QgyVw3-6yqGqQHbII-27" edge="1" parent="1" source="Hq5QgyVw3-6yqGqQHbII-17" style="endArrow=classic;html=1;rounded=0;exitX=0.5;exitY=1;exitDx=0;exitDy=0;entryX=0.5;entryY=0;entryDx=0;entryDy=0;" target="Hq5QgyVw3-6yqGqQHbII-25" value="">
          <mxGeometry height="50" relative="1" width="50" as="geometry">
            <mxPoint x="3298" y="-2166" as="sourcePoint" />
            <mxPoint x="3348" y="-2216" as="targetPoint" />
          </mxGeometry>
        </mxCell>
        <mxCell id="Hq5QgyVw3-6yqGqQHbII-28" edge="1" parent="1" source="Hq5QgyVw3-6yqGqQHbII-18" style="endArrow=classic;html=1;rounded=0;exitX=0.5;exitY=1;exitDx=0;exitDy=0;entryX=0.5;entryY=0;entryDx=0;entryDy=0;" target="Hq5QgyVw3-6yqGqQHbII-26" value="">
          <mxGeometry height="50" relative="1" width="50" as="geometry">
            <mxPoint x="3298" y="-2166" as="sourcePoint" />
            <mxPoint x="3348" y="-2216" as="targetPoint" />
          </mxGeometry>
        </mxCell>
        <mxCell id="Hq5QgyVw3-6yqGqQHbII-29" parent="1" style="rhombus;whiteSpace=wrap;html=1;" value="vị trí 8" vertex="1">
          <mxGeometry height="80" width="80" x="3163" y="-2282" as="geometry" />
        </mxCell>
        <mxCell id="Hq5QgyVw3-6yqGqQHbII-30" edge="1" parent="1" style="endArrow=classic;html=1;rounded=0;exitX=1;exitY=0.5;exitDx=0;exitDy=0;entryX=0;entryY=0.5;entryDx=0;entryDy=0;" target="Hq5QgyVw3-6yqGqQHbII-29" value="">
          <mxGeometry height="50" relative="1" width="50" as="geometry">
            <mxPoint x="3086" y="-2242" as="sourcePoint" />
            <mxPoint x="3523" y="-2344" as="targetPoint" />
          </mxGeometry>
        </mxCell>
        <mxCell id="Hq5QgyVw3-6yqGqQHbII-31" parent="1" style="text;html=1;whiteSpace=wrap;strokeColor=none;fillColor=none;align=center;verticalAlign=middle;rounded=0;" value="S" vertex="1">
          <mxGeometry height="30" width="60" x="3083" y="-2278" as="geometry" />
        </mxCell>
        <mxCell id="Hq5QgyVw3-6yqGqQHbII-32" parent="1" style="rounded=0;whiteSpace=wrap;html=1;" value="Hạ xuống tầng 1" vertex="1">
          <mxGeometry height="60" width="120" x="3143" y="-2134" as="geometry" />
        </mxCell>
        <mxCell id="Hq5QgyVw3-6yqGqQHbII-33" edge="1" parent="1" source="Hq5QgyVw3-6yqGqQHbII-29" style="endArrow=classic;html=1;rounded=0;exitX=0.5;exitY=1;exitDx=0;exitDy=0;entryX=0.5;entryY=0;entryDx=0;entryDy=0;" target="Hq5QgyVw3-6yqGqQHbII-32" value="">
          <mxGeometry height="50" relative="1" width="50" as="geometry">
            <mxPoint x="3458" y="-2164" as="sourcePoint" />
            <mxPoint x="3508" y="-2214" as="targetPoint" />
          </mxGeometry>
        </mxCell>
        <mxCell id="Hq5QgyVw3-6yqGqQHbII-34" edge="1" parent="1" source="Hq5QgyVw3-6yqGqQHbII-15" style="endArrow=classic;html=1;rounded=0;exitX=0.5;exitY=1;exitDx=0;exitDy=0;entryX=0.5;entryY=0;entryDx=0;entryDy=0;" target="Hq5QgyVw3-6yqGqQHbII-16" value="">
          <mxGeometry height="50" relative="1" width="50" as="geometry">
            <mxPoint x="2447" y="-2017" as="sourcePoint" />
            <mxPoint x="2497" y="-2067" as="targetPoint" />
          </mxGeometry>
        </mxCell>
        <mxCell id="Hq5QgyVw3-6yqGqQHbII-35" parent="1" style="rounded=0;whiteSpace=wrap;html=1;" value="Đưa xe ra cổng&amp;nbsp;" vertex="1">
          <mxGeometry height="60" width="120" x="2681" y="-2048" as="geometry" />
        </mxCell>
        <mxCell id="Hq5QgyVw3-6yqGqQHbII-36" parent="1" style="rounded=0;whiteSpace=wrap;html=1;" value="Đưa xe ra cổng&amp;nbsp;" vertex="1">
          <mxGeometry height="60" width="120" x="2826" y="-2048" as="geometry" />
        </mxCell>
        <mxCell id="Hq5QgyVw3-6yqGqQHbII-37" parent="1" style="rounded=0;whiteSpace=wrap;html=1;" value="Đưa xe ra cổng&amp;nbsp;" vertex="1">
          <mxGeometry height="60" width="120" x="2983" y="-2048" as="geometry" />
        </mxCell>
        <mxCell id="Hq5QgyVw3-6yqGqQHbII-38" parent="1" style="rounded=0;whiteSpace=wrap;html=1;" value="Đưa xe ra cổng&amp;nbsp;" vertex="1">
          <mxGeometry height="60" width="120" x="3140" y="-2048" as="geometry" />
        </mxCell>
        <mxCell id="Hq5QgyVw3-6yqGqQHbII-39" edge="1" parent="1" source="Hq5QgyVw3-6yqGqQHbII-23" style="endArrow=classic;html=1;rounded=0;exitX=0.5;exitY=1;exitDx=0;exitDy=0;" target="Hq5QgyVw3-6yqGqQHbII-35" value="">
          <mxGeometry height="50" relative="1" width="50" as="geometry">
            <mxPoint x="2447" y="-2017" as="sourcePoint" />
            <mxPoint x="2497" y="-2067" as="targetPoint" />
          </mxGeometry>
        </mxCell>
        <mxCell id="Hq5QgyVw3-6yqGqQHbII-41" edge="1" parent="1" source="Hq5QgyVw3-6yqGqQHbII-25" style="endArrow=classic;html=1;rounded=0;exitX=0.5;exitY=1;exitDx=0;exitDy=0;entryX=0.5;entryY=0;entryDx=0;entryDy=0;" target="Hq5QgyVw3-6yqGqQHbII-36" value="">
          <mxGeometry height="50" relative="1" width="50" as="geometry">
            <mxPoint x="2447" y="-2017" as="sourcePoint" />
            <mxPoint x="2497" y="-2067" as="targetPoint" />
          </mxGeometry>
        </mxCell>
        <mxCell id="Hq5QgyVw3-6yqGqQHbII-42" edge="1" parent="1" source="Hq5QgyVw3-6yqGqQHbII-26" style="endArrow=classic;html=1;rounded=0;exitX=0.5;exitY=1;exitDx=0;exitDy=0;entryX=0.5;entryY=0;entryDx=0;entryDy=0;" target="Hq5QgyVw3-6yqGqQHbII-37" value="">
          <mxGeometry height="50" relative="1" width="50" as="geometry">
            <mxPoint x="2447" y="-2017" as="sourcePoint" />
            <mxPoint x="2497" y="-2067" as="targetPoint" />
+           </mxGeometry>
+         </mxCell>
+         <mxCell id="Hq5QgyVw3-6yqGqQHbII-43" edge="1" parent="1" source="Hq5QgyVw3-6yqGqQHbII-32" style="endArrow=classic;html=1;rounded=0;exitX=0.5;exitY=1;exitDx=0;exitDy=0;entryX=0.5;entryY=0;entryDx=0;entryDy=0;" target="Hq5QgyVw3-6yqGqQHbII-38" value="">
+           <mxGeometry height="50" relative="1" width="50" as="geometry">
+             <mxPoint x="2607" y="-2084" as="sourcePoint" />
+             <mxPoint x="2657" y="-2134" as="targetPoint" />
          </mxGeometry>
        </mxCell>
      </root>
    </mxGraphModel>
  </diagram>
</mxfile>
